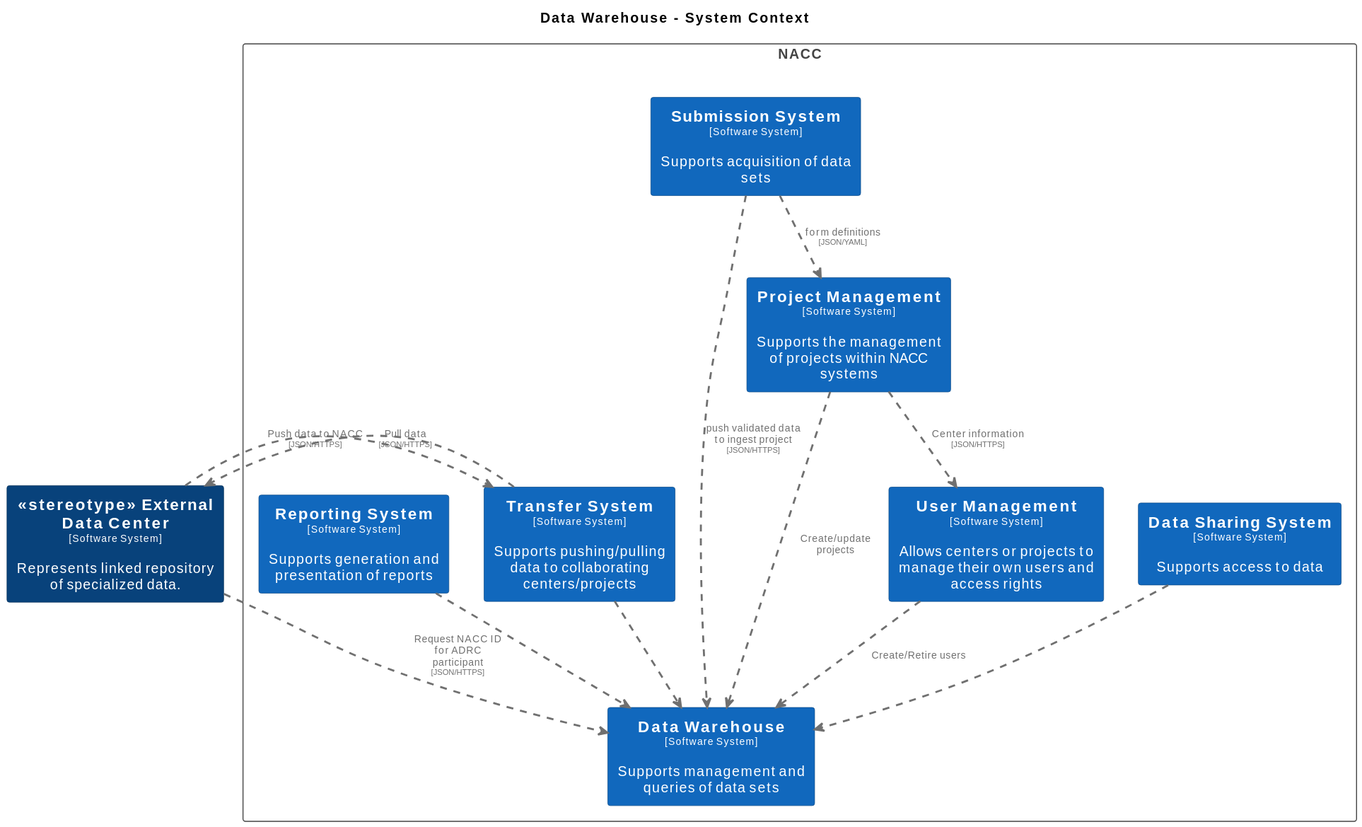
Above: docs/images/structurizr-WarehouseContext.svg in naccdata/system-design (PlantUML), before the change.
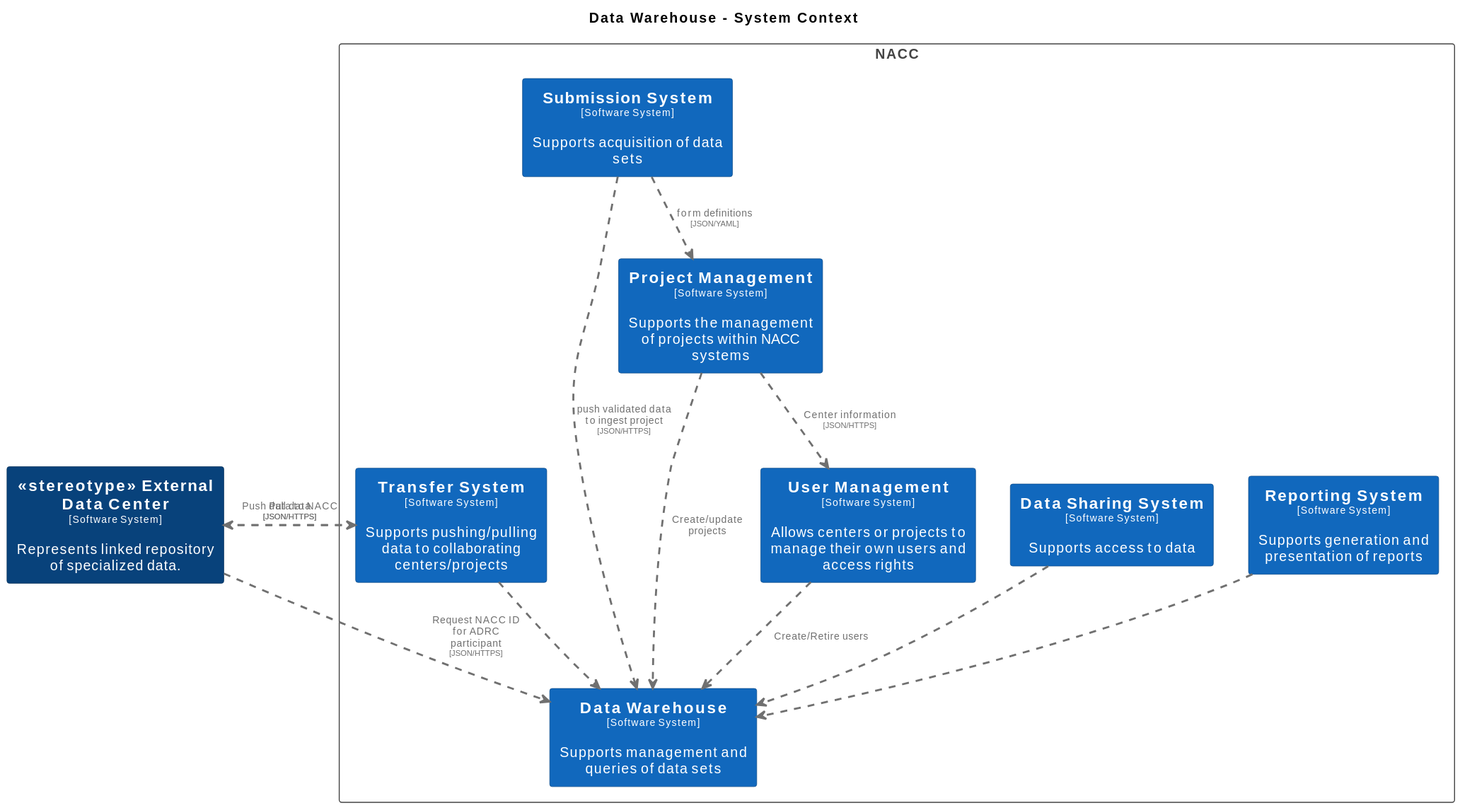
After the commit.

What changed in the source:
```diff
@@ -59,13 +59,13 @@
   skinparam RectangleBorderColor<<enterprise>> #444444
   skinparam RectangleFontColor<<enterprise>> #444444
 
+  rectangle "==Reporting System\n<size:10>[Software System]</size>\n\nSupports generation and presentation of reports" <<ReportingSystem>> as ReportingSystem
   rectangle "==Data Sharing System\n<size:10>[Software System]</size>\n\nSupports access to data" <<DataSharingSystem>> as DataSharingSystem
   rectangle "==Data Warehouse\n<size:10>[Software System]</size>\n\nSupports management and queries of data sets" <<DataWarehouse>> as DataWarehouse
   rectangle "==User Management\n<size:10>[Software System]</size>\n\nAllows centers or projects to manage their own users and access rights" <<UserManagement>> as UserManagement
   rectangle "==Project Management\n<size:10>[Software System]</size>\n\nSupports the management of projects within NACC systems" <<ProjectManagement>> as ProjectManagement
   rectangle "==Submission System\n<size:10>[Software System]</size>\n\nSupports acquisition of data sets" <<SubmissionSystem>> as SubmissionSystem
   rectangle "==Transfer System\n<size:10>[Software System]</size>\n\nSupports pushing/pulling data to collaborating centers/projects" <<TransferSystem>> as TransferSystem
-  rectangle "==Reporting System\n<size:10>[Software System]</size>\n\nSupports generation and presentation of reports" <<ReportingSystem>> as ReportingSystem
 }
 
 rectangle "==<<stereotype>> External Data Center\n<size:10>[Software System]</size>\n\nRepresents linked repository of specialized data." <<stereotypeExternalDataCenter>> as stereotypeExternalDataCenter
```
